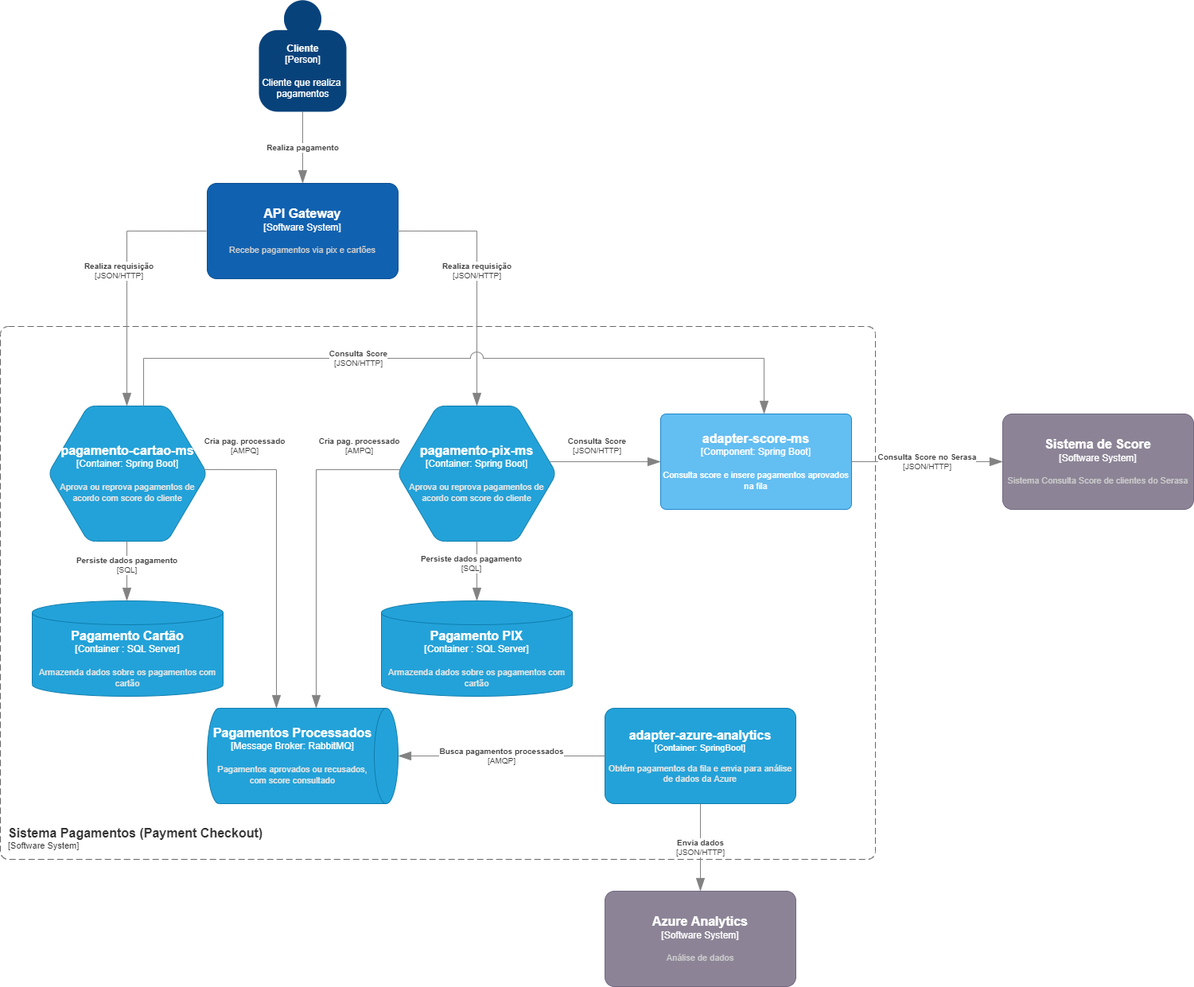
felipesalvadordev/payment-system-architecture-C4 keeps this draw.io diagram as Container Pagamentos.drawio.png. Above is the earlier version. Source tidied: cells renumbered, new cells last; positions are measured from the earlier drawing's top-left corner, leaving out a move shared by most shapes.
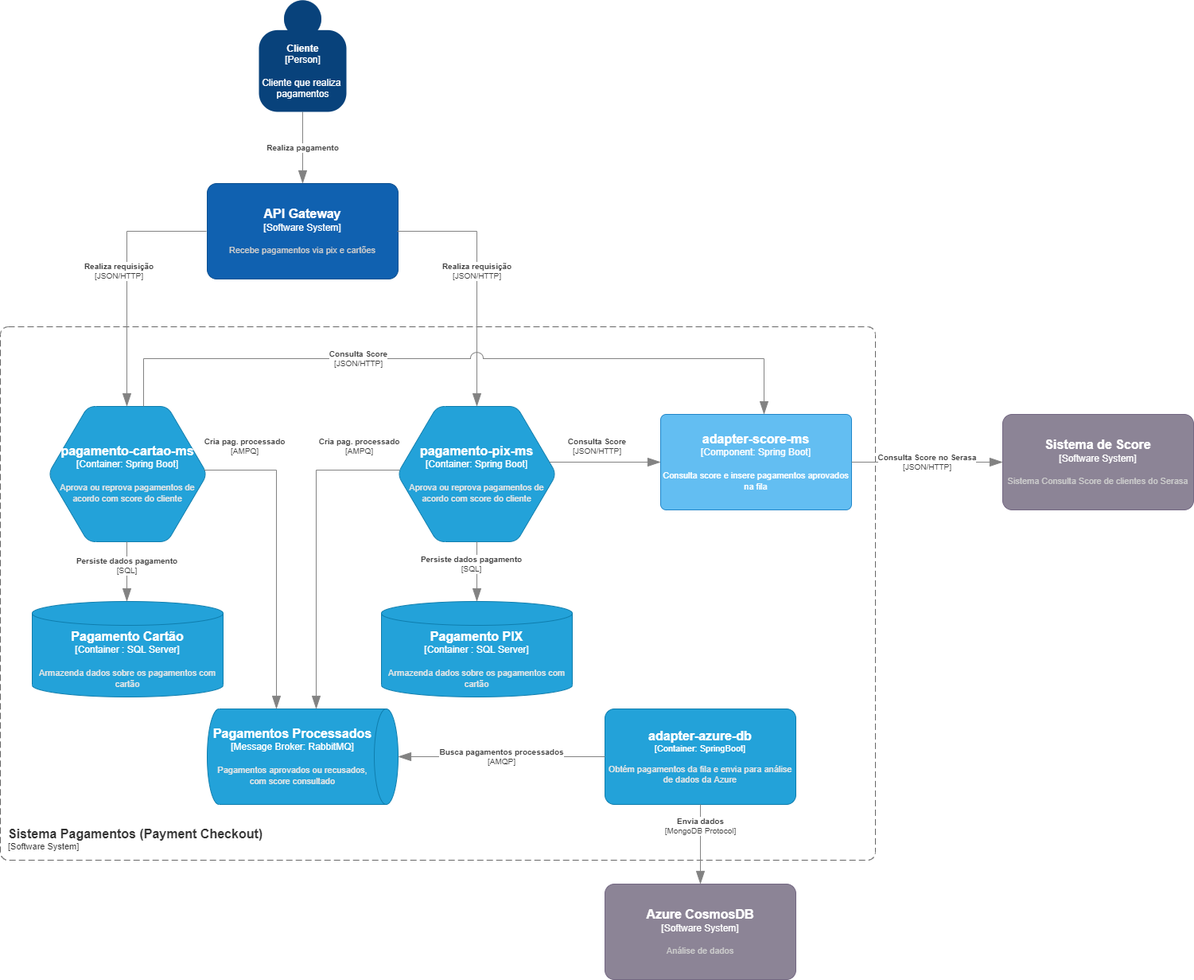
The same diagram one commit later.

Change to the diagram source:
```diff
@@ -141,7 +141,7 @@
         <mxGeometry x="325" width="110" height="140" as="geometry" />
       </mxCell>
     </object>
-    <object id="22" label="&lt;font style=&quot;font-size: 16px&quot;&gt;&lt;b&gt;%c4Name%&lt;/b&gt;&lt;/font&gt;&lt;div&gt;[%c4Type%: %c4Technology%]&lt;/div&gt;&lt;br&gt;&lt;div&gt;&lt;font style=&quot;font-size: 11px&quot;&gt;&lt;font color=&quot;#E6E6E6&quot;&gt;%c4Description%&lt;/font&gt;&lt;/div&gt;" c4Description="Obtém pagamentos da fila e envia para análise de dados da Azure" c4Name="adapter-azure-analytics" c4Technology="SpringBoot" c4Type="Container" placeholders="1">
+    <object id="22" label="&lt;font style=&quot;font-size: 16px&quot;&gt;&lt;b&gt;%c4Name%&lt;/b&gt;&lt;/font&gt;&lt;div&gt;[%c4Type%: %c4Technology%]&lt;/div&gt;&lt;br&gt;&lt;div&gt;&lt;font style=&quot;font-size: 11px&quot;&gt;&lt;font color=&quot;#E6E6E6&quot;&gt;%c4Description%&lt;/font&gt;&lt;/div&gt;" c4Description="Obtém pagamentos da fila e envia para análise de dados da Azure" c4Name="adapter-azure-db" c4Technology="SpringBoot" c4Type="Container" placeholders="1">
       <mxCell style="rounded=1;whiteSpace=wrap;html=1;fontSize=11;labelBackgroundColor=none;fillColor=#23A2D9;fontColor=#ffffff;align=center;arcSize=10;strokeColor=#0E7DAD;points=[[0.25,0,0],[0.5,0,0],[0.75,0,0],[1,0.25,0],[1,0.5,0],[1,0.75,0],[0.75,1,0],[0.5,1,0],[0.25,1,0],[0,0.75,0],[0,0.5,0],[0,0.25,0]];" parent="1" vertex="1">
         <mxGeometry x="760" y="890" width="240" height="120" as="geometry" />
       </mxCell>
@@ -151,14 +151,14 @@
         <mxGeometry relative="1" as="geometry" />
       </mxCell>
     </object>
-    <object id="24" label="&lt;font style=&quot;font-size: 16px&quot;&gt;&lt;b&gt;%c4Name%&lt;/b&gt;&lt;/font&gt;&lt;div&gt;[%c4Type%]&lt;/div&gt;&lt;br&gt;&lt;div&gt;&lt;font style=&quot;font-size: 11px&quot;&gt;&lt;font color=&quot;#cccccc&quot;&gt;%c4Description%&lt;/font&gt;&lt;/div&gt;" c4Description="Análise de dados" c4Name="Azure Analytics" c4Type="Software System" placeholders="1">
+    <object id="24" label="&lt;font style=&quot;font-size: 16px&quot;&gt;&lt;b&gt;%c4Name%&lt;/b&gt;&lt;/font&gt;&lt;div&gt;[%c4Type%]&lt;/div&gt;&lt;br&gt;&lt;div&gt;&lt;font style=&quot;font-size: 11px&quot;&gt;&lt;font color=&quot;#cccccc&quot;&gt;%c4Description%&lt;/font&gt;&lt;/div&gt;" c4Description="Análise de dados" c4Name="Azure CosmosDB " c4Type="Software System" placeholders="1">
       <mxCell style="rounded=1;whiteSpace=wrap;html=1;labelBackgroundColor=none;fillColor=#8C8496;fontColor=#ffffff;align=center;arcSize=10;strokeColor=#736782;points=[[0.25,0,0],[0.5,0,0],[0.75,0,0],[1,0.25,0],[1,0.5,0],[1,0.75,0],[0.75,1,0],[0.5,1,0],[0.25,1,0],[0,0.75,0],[0,0.5,0],[0,0.25,0]];" parent="1" vertex="1">
-        <mxGeometry x="760" y="1120" width="240" height="120" as="geometry" />
+        <mxGeometry x="760" y="1110" width="240" height="120" as="geometry" />
       </mxCell>
     </object>
-    <object id="25" label="&lt;div style=&quot;text-align: left&quot;&gt;&lt;div style=&quot;text-align: center&quot;&gt;&lt;b&gt;%c4Description%&lt;/b&gt;&lt;/div&gt;&lt;div style=&quot;text-align: center&quot;&gt;[%c4Technology%]&lt;/div&gt;&lt;/div&gt;" c4Description="Envia dados" c4Technology="JSON/HTTP" c4Type="Relationship" placeholders="1">
+    <object id="25" label="&lt;div style=&quot;text-align: left&quot;&gt;&lt;div style=&quot;text-align: center&quot;&gt;&lt;b&gt;%c4Description%&lt;/b&gt;&lt;/div&gt;&lt;div style=&quot;text-align: center&quot;&gt;[%c4Technology%]&lt;/div&gt;&lt;/div&gt;" c4Description="Envia dados" c4Technology="MongoDB Protocol" c4Type="Relationship" placeholders="1">
       <mxCell style="endArrow=blockThin;html=1;fontSize=10;fontColor=#404040;strokeWidth=1;endFill=1;strokeColor=#828282;elbow=vertical;endSize=14;startSize=14;jumpStyle=arc;jumpSize=16;rounded=0;edgeStyle=orthogonalEdgeStyle;entryX=0.5;entryY=0;entryDx=0;entryDy=0;entryPerimeter=0;" parent="1" edge="1" source="22" target="24">
-        <mxGeometry relative="1" as="geometry" />
+        <mxGeometry x="-0.45" relative="1" as="geometry" />
       </mxCell>
     </object>
   </root>
```
